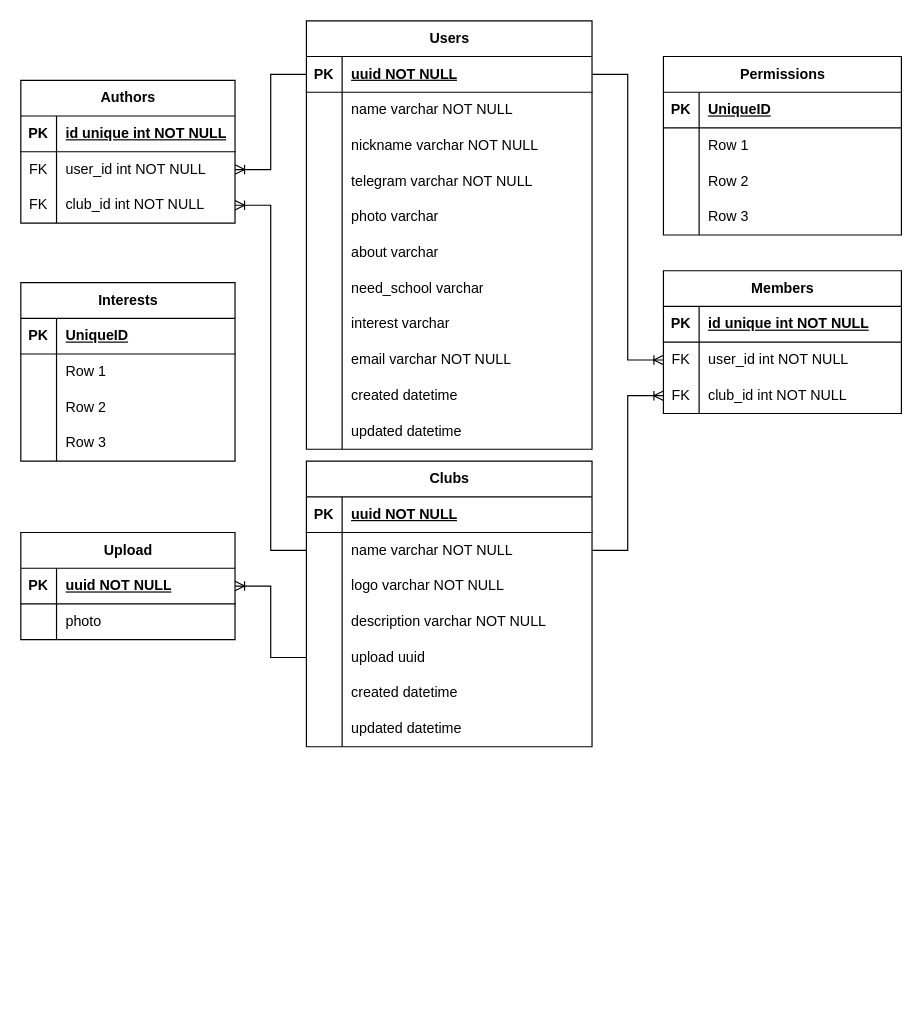
This is Диаграмма без названия.drawio from mrsemyon/clubs, a draw.io file, before an edit. Source tidied: cells renumbered, new cells numbered last; positions are measured from the earlier drawing's top-left corner, leaving out a move shared by most shapes. Both pictures are drawn from the tidied source at 119%, with x=0, y=0 at pixel (20, 20).
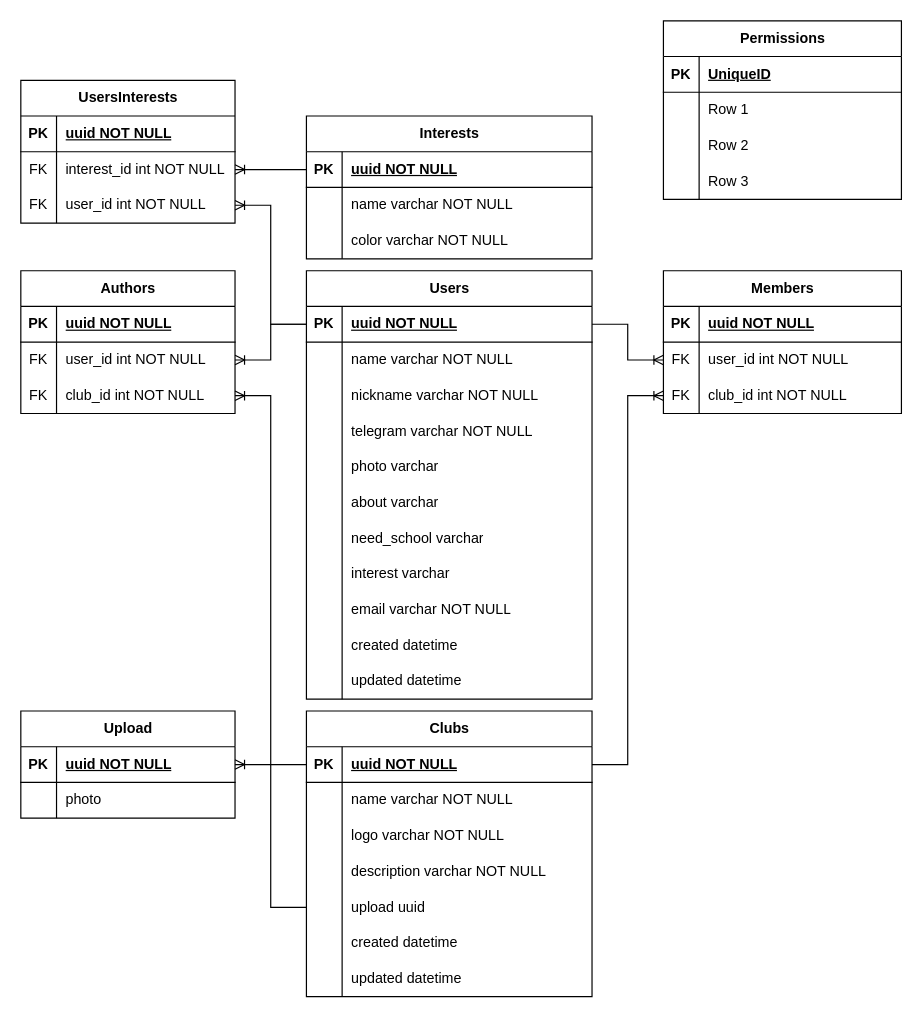
After the change.

Commit message:
added UsersInterests table

Unchanged cells that the change refers to:
```xml
<mxCell id="3" style="shape=tableRow;horizontal=0;startSize=0;swimlaneHead=0;swimlaneBody=0;fillColor=none;points=[[0,0.5],[1,0.5]];portConstraint=eastwest;top=0;left=0;right=0;bottom=1;" parent="2" vertex="1">
  <mxGeometry y="30" width="240" height="30" as="geometry" />
</mxCell>
<mxCell id="37" style="shape=tableRow;horizontal=0;startSize=0;swimlaneHead=0;swimlaneBody=0;fillColor=none;points=[[0,0.5],[1,0.5]];portConstraint=eastwest;top=0;left=0;right=0;bottom=1;" parent="36" vertex="1">
  <mxGeometry y="30" width="240" height="30" as="geometry" />
</mxCell>
<mxCell id="40" style="shape=tableRow;horizontal=0;startSize=0;swimlaneHead=0;swimlaneBody=0;fillColor=none;points=[[0,0.5],[1,0.5]];portConstraint=eastwest;top=0;left=0;right=0;bottom=0;" parent="36" vertex="1">
  <mxGeometry y="60" width="240" height="30" as="geometry" />
</mxCell>
<mxCell id="59" style="shape=tableRow;horizontal=0;startSize=0;swimlaneHead=0;swimlaneBody=0;fillColor=none;top=0;left=0;right=0;bottom=1;" parent="58" vertex="1">
  <mxGeometry y="30" width="200" height="30" as="geometry" />
</mxCell>
<mxCell id="65" style="shape=tableRow;horizontal=0;startSize=0;swimlaneHead=0;swimlaneBody=0;fillColor=none;points=[[0,0.5],[1,0.5]];portConstraint=eastwest;top=0;left=0;right=0;bottom=0;" parent="58" vertex="1">
  <mxGeometry y="90" width="200" height="30" as="geometry" />
</mxCell>
<mxCell id="71" style="shape=tableRow;horizontal=0;startSize=0;swimlaneHead=0;swimlaneBody=0;fillColor=none;top=0;left=0;right=0;bottom=1;" parent="70" vertex="1">
  <mxGeometry y="30" width="180" height="30" as="geometry" />
</mxCell>
<mxCell id="77" style="shape=tableRow;horizontal=0;startSize=0;swimlaneHead=0;swimlaneBody=0;fillColor=none;points=[[0,0.5],[1,0.5]];portConstraint=eastwest;top=0;left=0;right=0;bottom=0;" parent="70" vertex="1">
  <mxGeometry y="90" width="180" height="30" as="geometry" />
</mxCell>
```

Change to the diagram source:
```diff
@@
     <mxCell id="2" value="Users" style="shape=table;startSize=30;childLayout=tableLayout;rowLines=0;fontStyle=1;align=center;html=1;" parent="1" vertex="1">
-      <mxGeometry x="240" width="240" height="360" as="geometry" />
+      <mxGeometry x="240" y="210" width="240" height="360" as="geometry" />
     </mxCell>
@@
     <mxCell id="36" value="Clubs" style="shape=table;startSize=30;childLayout=tableLayout;rowLines=0;fontStyle=1;align=center;html=1;" parent="1" vertex="1">
-      <mxGeometry x="240" y="370" width="240" height="240" as="geometry" />
+      <mxGeometry x="240" y="580" width="240" height="240" as="geometry" />
     </mxCell>
@@
-    <mxCell id="61" value="id unique int NOT NULL" style="shape=partialRectangle;fillColor=none;top=0;left=0;bottom=0;right=0;align=left;spacingLeft=6;fontStyle=5;overflow=hidden;whiteSpace=wrap;html=1;" parent="59" vertex="1">
+    <mxCell id="61" value="uuid NOT NULL" style="shape=partialRectangle;fillColor=none;top=0;left=0;bottom=0;right=0;align=left;spacingLeft=6;fontStyle=5;overflow=hidden;whiteSpace=wrap;html=1;" parent="59" vertex="1">
       <mxGeometry x="30" width="170" height="30" as="geometry" />
     </mxCell>
@@
-    <mxCell id="68" style="edgeStyle=entityRelationEdgeStyle;fontSize=12;html=1;endArrow=ERoneToMany;rounded=0;" parent="1" edge="1" source="40" target="65">
+    <mxCell id="68" style="edgeStyle=entityRelationEdgeStyle;fontSize=12;html=1;endArrow=ERoneToMany;rounded=0;exitX=1;exitY=0.5;exitDx=0;exitDy=0;" parent="1" edge="1" source="37" target="65">
       <mxGeometry relative="1" as="geometry" />
     </mxCell>
@@
     <mxCell id="70" value="Authors" style="shape=table;startSize=30;childLayout=tableLayout;rowLines=0;fontStyle=1;align=center;html=1;" parent="1" vertex="1">
-      <mxGeometry y="50" width="180" height="120" as="geometry" />
+      <mxGeometry y="210" width="180" height="120" as="geometry" />
     </mxCell>
@@
-    <mxCell id="73" value="id unique int NOT NULL" style="shape=partialRectangle;fillColor=none;top=0;left=0;bottom=0;right=0;align=left;spacingLeft=6;fontStyle=5;overflow=hidden;whiteSpace=wrap;html=1;" parent="71" vertex="1">
+    <mxCell id="73" value="uuid NOT NULL" style="shape=partialRectangle;fillColor=none;top=0;left=0;bottom=0;right=0;align=left;spacingLeft=6;fontStyle=5;overflow=hidden;whiteSpace=wrap;html=1;" parent="71" vertex="1">
       <mxGeometry x="30" width="150" height="30" as="geometry" />
     </mxCell>
@@
-    <mxCell id="81" style="edgeStyle=entityRelationEdgeStyle;fontSize=12;html=1;endArrow=ERoneToMany;rounded=0;" parent="1" edge="1" source="40" target="77">
+    <mxCell id="81" style="edgeStyle=entityRelationEdgeStyle;fontSize=12;html=1;endArrow=ERoneToMany;rounded=0;" parent="1" edge="1" source="37" target="77">
       <mxGeometry relative="1" as="geometry" />
     </mxCell>
     <mxCell id="82" value="Upload" style="shape=table;startSize=30;childLayout=tableLayout;rowLines=0;fontStyle=1;align=center;html=1;" parent="1" vertex="1">
-      <mxGeometry y="430" width="180" height="90" as="geometry" />
+      <mxGeometry y="580" width="180" height="90" as="geometry" />
     </mxCell>
@@
     <mxCell id="90" value="Permissions" style="shape=table;startSize=30;childLayout=tableLayout;rowLines=0;fontStyle=1;align=center;html=1;" parent="1" vertex="1">
-      <mxGeometry x="540" y="30" width="200" height="150" as="geometry" />
+      <mxGeometry x="540" width="200" height="150" as="geometry" />
     </mxCell>
@@
     <mxCell id="103" value="Interests" style="shape=table;startSize=30;childLayout=tableLayout;rowLines=0;fontStyle=1;align=center;html=1;" parent="1" vertex="1">
-      <mxGeometry y="220" width="180" height="150" as="geometry" />
+      <mxGeometry x="240" y="80" width="240" height="120" as="geometry" />
     </mxCell>
     <mxCell id="104" style="shape=tableRow;horizontal=0;startSize=0;swimlaneHead=0;swimlaneBody=0;fillColor=none;points=[[0,0.5],[1,0.5]];portConstraint=eastwest;top=0;left=0;right=0;bottom=1;" parent="103" vertex="1">
-      <mxGeometry y="30" width="180" height="30" as="geometry" />
+      <mxGeometry y="30" width="240" height="30" as="geometry" />
     </mxCell>
@@
-    <mxCell id="106" value="UniqueID" style="shape=partialRectangle;fillColor=none;top=0;left=0;bottom=0;right=0;align=left;spacingLeft=6;fontStyle=5;overflow=hidden;whiteSpace=wrap;html=1;" parent="104" vertex="1">
-      <mxGeometry x="30" width="150" height="30" as="geometry" />
+    <mxCell id="106" value="uuid NOT NULL" style="shape=partialRectangle;fillColor=none;top=0;left=0;bottom=0;right=0;align=left;spacingLeft=6;fontStyle=5;overflow=hidden;whiteSpace=wrap;html=1;" parent="104" vertex="1">
+      <mxGeometry x="30" width="210" height="30" as="geometry" />
     </mxCell>
     <mxCell id="107" style="shape=tableRow;horizontal=0;startSize=0;swimlaneHead=0;swimlaneBody=0;fillColor=none;top=0;left=0;right=0;bottom=0;" parent="103" vertex="1">
-      <mxGeometry y="60" width="180" height="30" as="geometry" />
+      <mxGeometry y="60" width="240" height="30" as="geometry" />
     </mxCell>
@@
-    <mxCell id="109" value="Row 1" style="shape=partialRectangle;fillColor=none;top=0;left=0;bottom=0;right=0;align=left;spacingLeft=6;overflow=hidden;whiteSpace=wrap;html=1;" parent="107" vertex="1">
-      <mxGeometry x="30" width="150" height="30" as="geometry" />
+    <mxCell id="109" value="name varchar NOT NULL" style="shape=partialRectangle;fillColor=none;top=0;left=0;bottom=0;right=0;align=left;spacingLeft=6;overflow=hidden;whiteSpace=wrap;html=1;" parent="107" vertex="1">
+      <mxGeometry x="30" width="210" height="30" as="geometry" />
     </mxCell>
+    <mxCell id="116" style="shape=tableRow;horizontal=0;startSize=0;swimlaneHead=0;swimlaneBody=0;fillColor=none;top=0;left=0;right=0;bottom=0;" parent="103" vertex="1">
+      <mxGeometry y="90" width="240" height="30" as="geometry" />
+    </mxCell>
+    <mxCell id="117" style="shape=partialRectangle;fillColor=none;top=0;left=0;bottom=0;right=0;overflow=hidden;whiteSpace=wrap;html=1;" parent="116" vertex="1">
+      <mxGeometry width="30" height="30" as="geometry" />
+    </mxCell>
+    <mxCell id="118" value="color varchar NOT NULL" style="shape=partialRectangle;fillColor=none;top=0;left=0;bottom=0;right=0;align=left;spacingLeft=6;overflow=hidden;whiteSpace=wrap;html=1;" parent="116" vertex="1">
+      <mxGeometry x="30" width="210" height="30" as="geometry" />
+    </mxCell>
+    <mxCell id="119" value="UsersInterests" style="shape=table;startSize=30;childLayout=tableLayout;rowLines=0;fontStyle=1;align=center;html=1;" parent="1" vertex="1">
+      <mxGeometry y="50" width="180" height="120" as="geometry" />
+    </mxCell>
+    <mxCell id="120" style="shape=tableRow;horizontal=0;startSize=0;swimlaneHead=0;swimlaneBody=0;fillColor=none;top=0;left=0;right=0;bottom=1;" parent="119" vertex="1">
+      <mxGeometry y="30" width="180" height="30" as="geometry" />
+    </mxCell>
+    <mxCell id="121" value="PK" style="shape=partialRectangle;fillColor=none;top=0;left=0;bottom=0;right=0;fontStyle=1;overflow=hidden;whiteSpace=wrap;html=1;" parent="120" vertex="1">
+      <mxGeometry width="30" height="30" as="geometry" />
+    </mxCell>
+    <mxCell id="122" value="uuid NOT NULL" style="shape=partialRectangle;fillColor=none;top=0;left=0;bottom=0;right=0;align=left;spacingLeft=6;fontStyle=5;overflow=hidden;whiteSpace=wrap;html=1;" parent="120" vertex="1">
+      <mxGeometry x="30" width="150" height="30" as="geometry" />
+    </mxCell>
+    <mxCell id="123" style="shape=tableRow;horizontal=0;startSize=0;swimlaneHead=0;swimlaneBody=0;fillColor=none;points=[[0,0.5],[1,0.5]];portConstraint=eastwest;top=0;left=0;right=0;bottom=0;" parent="119" vertex="1">
+      <mxGeometry y="60" width="180" height="30" as="geometry" />
+    </mxCell>
+    <mxCell id="124" value="FK" style="shape=partialRectangle;fillColor=none;top=0;left=0;bottom=0;right=0;overflow=hidden;whiteSpace=wrap;html=1;" parent="123" vertex="1">
+      <mxGeometry width="30" height="30" as="geometry" />
+    </mxCell>
+    <mxCell id="125" value="interest_id int NOT NULL" style="shape=partialRectangle;fillColor=none;top=0;left=0;bottom=0;right=0;align=left;spacingLeft=6;overflow=hidden;whiteSpace=wrap;html=1;" parent="123" vertex="1">
+      <mxGeometry x="30" width="150" height="30" as="geometry" />
+    </mxCell>
-    <mxCell id="110" style="shape=tableRow;horizontal=0;startSize=0;swimlaneHead=0;swimlaneBody=0;fillColor=none;points=[[0,0.5],[1,0.5]];portConstraint=eastwest;top=0;left=0;right=0;bottom=0;" parent="103" vertex="1">
+    <mxCell id="110" style="shape=tableRow;horizontal=0;startSize=0;swimlaneHead=0;swimlaneBody=0;fillColor=none;points=[[0,0.5],[1,0.5]];portConstraint=eastwest;top=0;left=0;right=0;bottom=0;" parent="119" vertex="1">
       <mxGeometry y="90" width="180" height="30" as="geometry" />
     </mxCell>
-    <mxCell id="111" style="shape=partialRectangle;fillColor=none;top=0;left=0;bottom=0;right=0;overflow=hidden;whiteSpace=wrap;html=1;" parent="110" vertex="1">
-      <mxGeometry width="30" height="30" as="geometry" />
-    </mxCell>
-    <mxCell id="112" value="Row 2" style="shape=partialRectangle;fillColor=none;top=0;left=0;bottom=0;right=0;align=left;spacingLeft=6;overflow=hidden;whiteSpace=wrap;html=1;" parent="110" vertex="1">
-      <mxGeometry x="30" width="150" height="30" as="geometry" />
-    </mxCell>
-    <mxCell id="113" style="shape=tableRow;horizontal=0;startSize=0;swimlaneHead=0;swimlaneBody=0;fillColor=none;top=0;left=0;right=0;bottom=0;" parent="103" vertex="1">
-      <mxGeometry y="120" width="180" height="30" as="geometry" />
-    </mxCell>
-    <mxCell id="114" style="shape=partialRectangle;fillColor=none;top=0;left=0;bottom=0;right=0;overflow=hidden;whiteSpace=wrap;html=1;" parent="113" vertex="1">
-      <mxGeometry width="30" height="30" as="geometry" />
-    </mxCell>
-    <mxCell id="115" value="Row 3" style="shape=partialRectangle;fillColor=none;top=0;left=0;bottom=0;right=0;align=left;spacingLeft=6;overflow=hidden;whiteSpace=wrap;html=1;" parent="113" vertex="1">
-      <mxGeometry x="30" width="150" height="30" as="geometry" />
-    </mxCell>
+    <mxCell id="126" value="FK" style="shape=partialRectangle;fillColor=none;top=0;left=0;bottom=0;right=0;overflow=hidden;whiteSpace=wrap;html=1;" parent="110" vertex="1">
+      <mxGeometry width="30" height="30" as="geometry" />
+    </mxCell>
+    <mxCell id="127" value="user_id int NOT NULL" style="shape=partialRectangle;fillColor=none;top=0;left=0;bottom=0;right=0;align=left;spacingLeft=6;overflow=hidden;whiteSpace=wrap;html=1;" parent="110" vertex="1">
+      <mxGeometry x="30" width="150" height="30" as="geometry" />
+    </mxCell>
+    <mxCell id="128" style="edgeStyle=entityRelationEdgeStyle;fontSize=12;html=1;endArrow=ERoneToMany;rounded=0;" parent="1" edge="1" source="104" target="123">
+      <mxGeometry relative="1" as="geometry" />
+    </mxCell>
+    <mxCell id="129" style="edgeStyle=entityRelationEdgeStyle;fontSize=12;html=1;endArrow=ERoneToMany;rounded=0;" parent="1" edge="1" source="3" target="110">
+      <mxGeometry relative="1" as="geometry" />
+    </mxCell>
```
